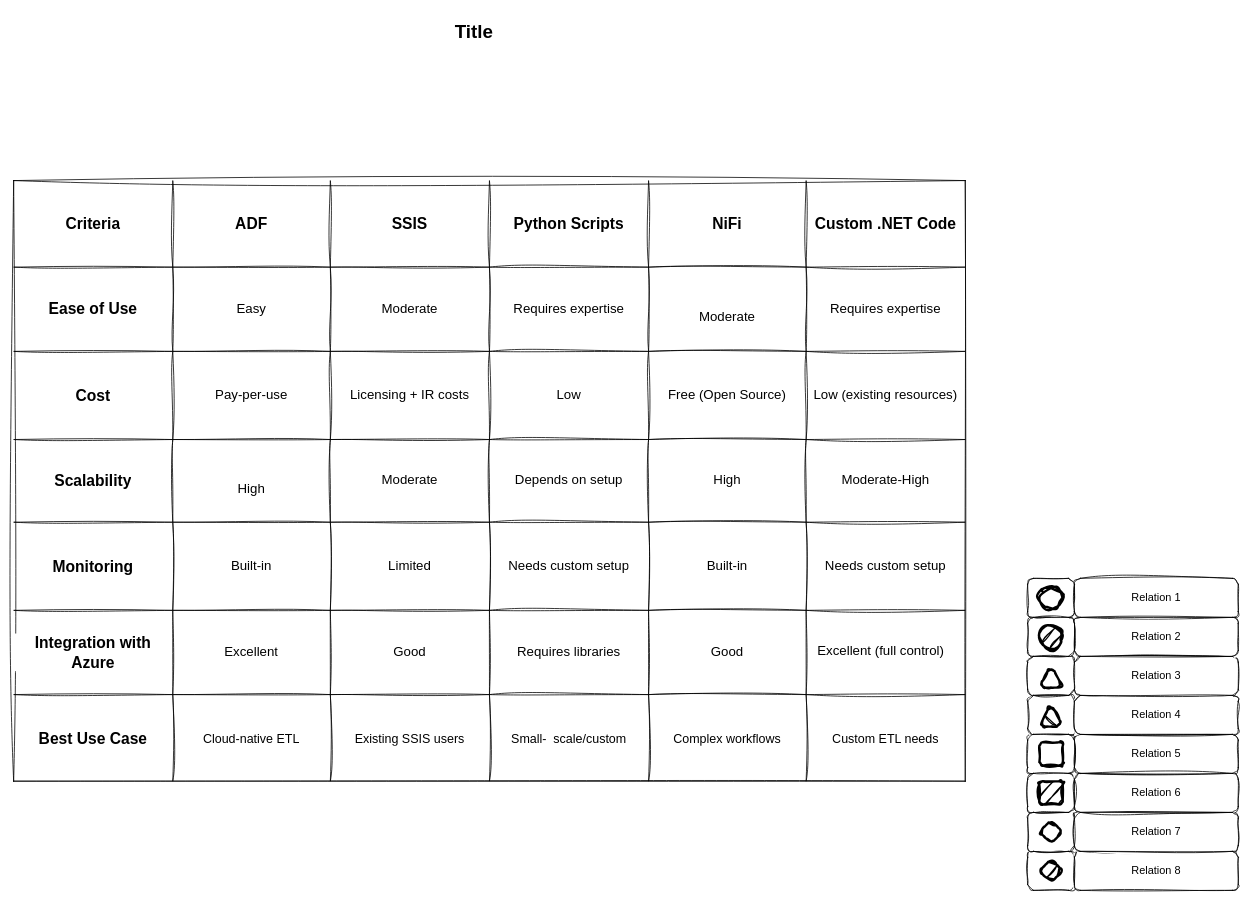
The draw.io diagram macros/Untitled Diagram.drawio in Keerthi-Rapolu/dbt_training, before the edit. Source tidied: cells renumbered, new cells numbered last; positions are measured from the earlier drawing's top-left corner, leaving out a move shared by most shapes. Both pictures are drawn from the tidied source at 78%, with x=0, y=0 at pixel (13, 16).
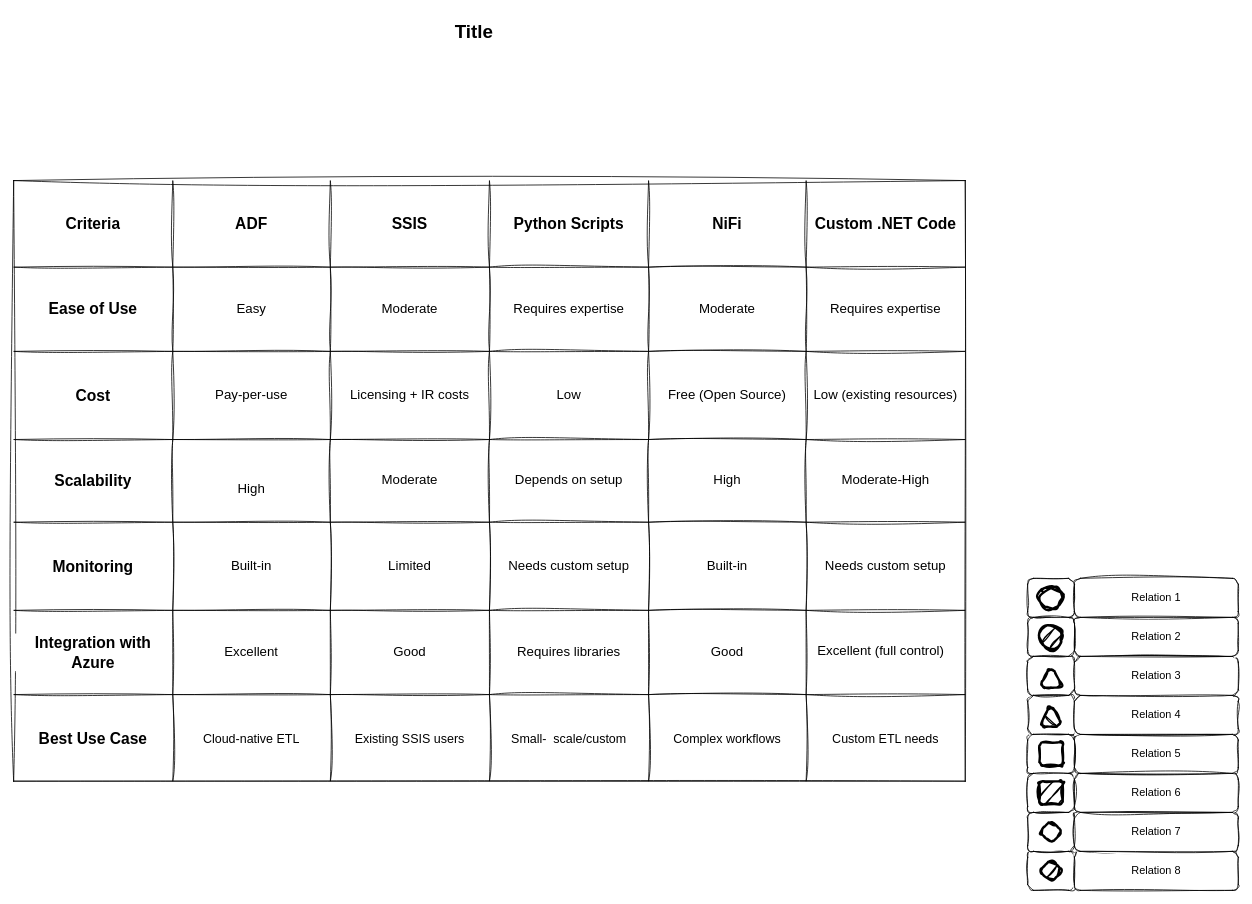
Above is the later version.

Commit message:
Comparison of Tools for Offloading SQL Server Data.drawio

Unchanged cells that the change refers to:
```xml
<mxCell id="35" style="shape=tableRow;horizontal=0;startSize=0;swimlaneHead=0;swimlaneBody=0;strokeColor=inherit;top=0;left=0;bottom=0;right=0;fillColor=none;fontStyle=0;fontSize=17;rounded=1;sketch=1;curveFitting=1;jiggle=2;labelBackgroundColor=default;" parent="27" vertex="1">
  <mxGeometry y="111" width="1220" height="108" as="geometry" />
</mxCell>
```

Diff of the diagram source:
```diff
@@
-    <mxCell id="40" value="&lt;div style=&quot;font-size: 17px;&quot;&gt;&lt;br style=&quot;font-size: 17px;&quot;&gt;&lt;/div&gt;&lt;div style=&quot;font-size: 17px;&quot;&gt;&lt;table style=&quot;text-align: left; font-size: 17px;&quot;&gt;&lt;tbody style=&quot;font-size: 17px;&quot;&gt;&lt;tr style=&quot;font-size: 17px;&quot;&gt;&lt;td style=&quot;font-size: 17px;&quot;&gt;&lt;font style=&quot;font-size: 17px;&quot;&gt;Moderate&lt;/font&gt;&lt;/td&gt;&lt;/tr&gt;&lt;/tbody&gt;&lt;/table&gt;&lt;/div&gt;" style="shape=partialRectangle;html=1;whiteSpace=wrap;strokeColor=inherit;overflow=hidden;fillColor=none;top=0;left=0;bottom=0;right=0;fontStyle=0;fontSize=17;rounded=1;sketch=1;curveFitting=1;jiggle=2;labelBackgroundColor=default;" parent="35" vertex="1">
+    <mxCell id="40" value="Moderate" style="shape=partialRectangle;html=1;whiteSpace=wrap;strokeColor=inherit;overflow=hidden;fillColor=none;top=0;left=0;bottom=0;right=0;fontStyle=0;fontSize=17;rounded=1;sketch=1;curveFitting=1;jiggle=2;labelBackgroundColor=default;" parent="35" vertex="1">
       <mxGeometry x="814" width="202" height="108" as="geometry" />
     </mxCell>
```
